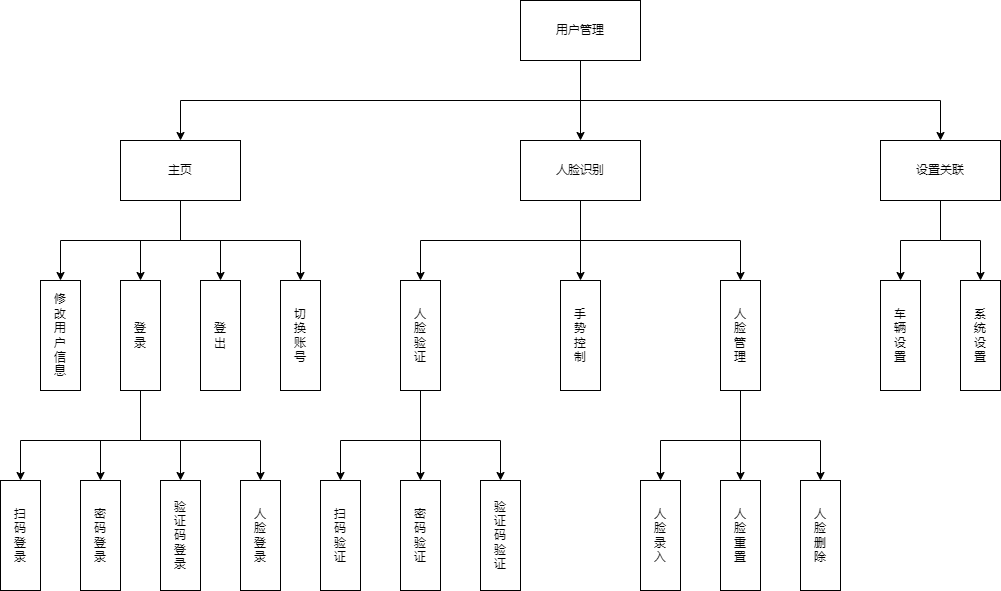
The draw.io diagram x9hp/用户中心功能结构图.png in notigit/Image, before a commit. Source tidied: cells renumbered, new cells last; positions are measured from the earlier drawing's top-left corner, leaving out a move shared by most shapes. Its diagram source:
```xml
<mxGraphModel>
  <root>
    <mxCell id="0" />
    <mxCell id="1" parent="0" />
    <mxCell id="2" style="edgeStyle=orthogonalEdgeStyle;rounded=0;jettySize=auto;html=1;entryX=0.5;entryY=0;entryDx=0;entryDy=0;" parent="1" edge="1" source="5" target="14">
      <mxGeometry relative="1" as="geometry" />
    </mxCell>
    <mxCell id="3" style="edgeStyle=orthogonalEdgeStyle;rounded=0;jettySize=auto;html=1;entryX=0.5;entryY=0;entryDx=0;entryDy=0;" parent="1" edge="1" source="5" target="10">
      <mxGeometry relative="1" as="geometry">
        <Array as="points">
          <mxPoint x="580" y="100" />
          <mxPoint x="180" y="100" />
        </Array>
      </mxGeometry>
    </mxCell>
    <mxCell id="4" style="edgeStyle=orthogonalEdgeStyle;rounded=0;jettySize=auto;html=1;exitX=0.5;exitY=1;exitDx=0;exitDy=0;" parent="1" edge="1" source="5" target="17">
      <mxGeometry relative="1" as="geometry" />
    </mxCell>
    <mxCell id="5" value="用户管理" style="rounded=0;whiteSpace=wrap;html=1;" parent="1" vertex="1">
      <mxGeometry x="520" width="120" height="60" as="geometry" />
    </mxCell>
    <mxCell id="6" style="edgeStyle=orthogonalEdgeStyle;rounded=0;jettySize=auto;html=1;exitX=0.5;exitY=1;exitDx=0;exitDy=0;entryX=0.5;entryY=0;entryDx=0;entryDy=0;" parent="1" edge="1" source="10" target="23">
      <mxGeometry relative="1" as="geometry" />
    </mxCell>
    <mxCell id="7" style="edgeStyle=orthogonalEdgeStyle;rounded=0;jettySize=auto;html=1;exitX=0.5;exitY=1;exitDx=0;exitDy=0;entryX=0.5;entryY=0;entryDx=0;entryDy=0;" parent="1" edge="1" source="10" target="24">
      <mxGeometry relative="1" as="geometry" />
    </mxCell>
    <mxCell id="8" style="edgeStyle=orthogonalEdgeStyle;rounded=0;jettySize=auto;html=1;exitX=0.5;exitY=1;exitDx=0;exitDy=0;entryX=0.5;entryY=0;entryDx=0;entryDy=0;" parent="1" edge="1" source="10" target="25">
      <mxGeometry relative="1" as="geometry" />
    </mxCell>
    <mxCell id="9" style="edgeStyle=orthogonalEdgeStyle;rounded=0;jettySize=auto;html=1;exitX=0.5;exitY=1;exitDx=0;exitDy=0;entryX=0.5;entryY=0;entryDx=0;entryDy=0;" parent="1" edge="1" source="10" target="18">
      <mxGeometry relative="1" as="geometry" />
    </mxCell>
    <mxCell id="10" value="主页" style="rounded=0;whiteSpace=wrap;html=1;" parent="1" vertex="1">
      <mxGeometry x="120" y="140" width="120" height="60" as="geometry" />
    </mxCell>
    <mxCell id="11" style="edgeStyle=orthogonalEdgeStyle;rounded=0;jettySize=auto;html=1;exitX=0.5;exitY=1;exitDx=0;exitDy=0;" parent="1" edge="1" source="14" target="33">
      <mxGeometry relative="1" as="geometry" />
    </mxCell>
    <mxCell id="12" style="edgeStyle=orthogonalEdgeStyle;rounded=0;jettySize=auto;html=1;exitX=0.5;exitY=1;exitDx=0;exitDy=0;" parent="1" edge="1" source="14" target="39">
      <mxGeometry relative="1" as="geometry" />
    </mxCell>
    <mxCell id="13" style="edgeStyle=orthogonalEdgeStyle;rounded=0;jettySize=auto;html=1;exitX=0.5;exitY=1;exitDx=0;exitDy=0;" parent="1" edge="1" source="14" target="40">
      <mxGeometry relative="1" as="geometry" />
    </mxCell>
    <mxCell id="14" value="人脸识别" style="rounded=0;whiteSpace=wrap;html=1;" parent="1" vertex="1">
      <mxGeometry x="520" y="140" width="120" height="60" as="geometry" />
    </mxCell>
    <mxCell id="15" style="edgeStyle=orthogonalEdgeStyle;rounded=0;jettySize=auto;html=1;exitX=0.5;exitY=1;exitDx=0;exitDy=0;entryX=0.5;entryY=0;entryDx=0;entryDy=0;" parent="1" edge="1" source="17" target="45">
      <mxGeometry relative="1" as="geometry" />
    </mxCell>
    <mxCell id="16" style="edgeStyle=orthogonalEdgeStyle;rounded=0;jettySize=auto;html=1;exitX=0.5;exitY=1;exitDx=0;exitDy=0;" parent="1" edge="1" source="17" target="46">
      <mxGeometry relative="1" as="geometry" />
    </mxCell>
    <mxCell id="17" value="设置关联" style="rounded=0;whiteSpace=wrap;html=1;" parent="1" vertex="1">
      <mxGeometry x="880" y="140" width="120" height="60" as="geometry" />
    </mxCell>
    <mxCell id="18" value="修&lt;br&gt;改&lt;br&gt;用&lt;br&gt;户&lt;br&gt;信&lt;br&gt;息" style="whiteSpace=wrap;html=1;rounded=0;" parent="1" vertex="1">
      <mxGeometry x="40" y="280" width="40" height="110" as="geometry" />
    </mxCell>
    <mxCell id="19" style="edgeStyle=orthogonalEdgeStyle;rounded=0;jettySize=auto;html=1;exitX=0.5;exitY=1;exitDx=0;exitDy=0;entryX=0.5;entryY=0;entryDx=0;entryDy=0;" parent="1" edge="1" source="23" target="26">
      <mxGeometry relative="1" as="geometry">
        <Array as="points">
          <mxPoint x="140" y="440" />
          <mxPoint x="20" y="440" />
        </Array>
      </mxGeometry>
    </mxCell>
    <mxCell id="20" style="edgeStyle=orthogonalEdgeStyle;rounded=0;jettySize=auto;html=1;exitX=0.5;exitY=1;exitDx=0;exitDy=0;entryX=0.5;entryY=0;entryDx=0;entryDy=0;" parent="1" edge="1" source="23" target="27">
      <mxGeometry relative="1" as="geometry">
        <Array as="points">
          <mxPoint x="140" y="440" />
          <mxPoint x="100" y="440" />
        </Array>
      </mxGeometry>
    </mxCell>
    <mxCell id="21" style="edgeStyle=orthogonalEdgeStyle;rounded=0;jettySize=auto;html=1;exitX=0.5;exitY=1;exitDx=0;exitDy=0;entryX=0.5;entryY=0;entryDx=0;entryDy=0;" parent="1" edge="1" source="23" target="28">
      <mxGeometry relative="1" as="geometry">
        <Array as="points">
          <mxPoint x="140" y="440" />
          <mxPoint x="180" y="440" />
        </Array>
      </mxGeometry>
    </mxCell>
    <mxCell id="22" style="edgeStyle=orthogonalEdgeStyle;rounded=0;jettySize=auto;html=1;exitX=0.5;exitY=1;exitDx=0;exitDy=0;entryX=0.5;entryY=0;entryDx=0;entryDy=0;" parent="1" edge="1" source="23" target="29">
      <mxGeometry relative="1" as="geometry">
        <Array as="points">
          <mxPoint x="140" y="440" />
          <mxPoint x="260" y="440" />
        </Array>
      </mxGeometry>
    </mxCell>
    <mxCell id="23" value="登&lt;br&gt;录" style="whiteSpace=wrap;html=1;rounded=0;" parent="1" vertex="1">
      <mxGeometry x="120" y="280" width="40" height="110" as="geometry" />
    </mxCell>
    <mxCell id="24" value="登&lt;br&gt;出" style="whiteSpace=wrap;html=1;rounded=0;" parent="1" vertex="1">
      <mxGeometry x="200" y="280" width="40" height="110" as="geometry" />
    </mxCell>
    <mxCell id="25" value="切&lt;br&gt;换&lt;br&gt;账&lt;br&gt;号" style="whiteSpace=wrap;html=1;rounded=0;" parent="1" vertex="1">
      <mxGeometry x="280" y="280" width="40" height="110" as="geometry" />
    </mxCell>
    <mxCell id="26" value="扫&lt;br&gt;码&lt;br&gt;登&lt;br&gt;录" style="whiteSpace=wrap;html=1;rounded=0;" parent="1" vertex="1">
      <mxGeometry y="480" width="40" height="110" as="geometry" />
    </mxCell>
    <mxCell id="27" value="密&lt;br&gt;码&lt;br&gt;登&lt;br&gt;录" style="whiteSpace=wrap;html=1;rounded=0;" parent="1" vertex="1">
      <mxGeometry x="80" y="480" width="40" height="110" as="geometry" />
    </mxCell>
    <mxCell id="28" value="验&lt;br&gt;证&lt;br&gt;码&lt;br&gt;登&lt;br&gt;录" style="whiteSpace=wrap;html=1;rounded=0;" parent="1" vertex="1">
      <mxGeometry x="160" y="480" width="40" height="110" as="geometry" />
    </mxCell>
    <mxCell id="29" value="人&lt;br&gt;脸&lt;br&gt;登&lt;br&gt;录" style="whiteSpace=wrap;html=1;rounded=0;" parent="1" vertex="1">
      <mxGeometry x="240" y="480" width="40" height="110" as="geometry" />
    </mxCell>
    <mxCell id="30" style="edgeStyle=orthogonalEdgeStyle;rounded=0;jettySize=auto;html=1;exitX=0.5;exitY=1;exitDx=0;exitDy=0;entryX=0.5;entryY=0;entryDx=0;entryDy=0;" parent="1" edge="1" source="33" target="41">
      <mxGeometry relative="1" as="geometry">
        <Array as="points">
          <mxPoint x="420" y="440" />
          <mxPoint x="340" y="440" />
        </Array>
      </mxGeometry>
    </mxCell>
    <mxCell id="31" style="edgeStyle=orthogonalEdgeStyle;rounded=0;jettySize=auto;html=1;exitX=0.5;exitY=1;exitDx=0;exitDy=0;entryX=0.5;entryY=0;entryDx=0;entryDy=0;" parent="1" edge="1" source="33" target="42">
      <mxGeometry relative="1" as="geometry" />
    </mxCell>
    <mxCell id="32" style="edgeStyle=orthogonalEdgeStyle;rounded=0;jettySize=auto;html=1;exitX=0.5;exitY=1;exitDx=0;exitDy=0;entryX=0.5;entryY=0;entryDx=0;entryDy=0;" parent="1" edge="1" source="33" target="43">
      <mxGeometry relative="1" as="geometry">
        <Array as="points">
          <mxPoint x="420" y="440" />
          <mxPoint x="500" y="440" />
        </Array>
      </mxGeometry>
    </mxCell>
    <mxCell id="33" value="人&lt;br&gt;脸&lt;br&gt;验&lt;br&gt;证" style="whiteSpace=wrap;html=1;rounded=0;" parent="1" vertex="1">
      <mxGeometry x="400" y="280" width="40" height="110" as="geometry" />
    </mxCell>
    <mxCell id="34" value="人&lt;br&gt;脸&lt;br&gt;录&lt;br&gt;入" style="whiteSpace=wrap;html=1;rounded=0;" parent="1" vertex="1">
      <mxGeometry x="640" y="480" width="40" height="110" as="geometry" />
    </mxCell>
    <mxCell id="35" value="人&lt;br&gt;脸&lt;br&gt;重&lt;br&gt;置" style="whiteSpace=wrap;html=1;rounded=0;" parent="1" vertex="1">
      <mxGeometry x="720" y="480" width="40" height="110" as="geometry" />
    </mxCell>
    <mxCell id="36" style="edgeStyle=orthogonalEdgeStyle;rounded=0;jettySize=auto;html=1;exitX=0.5;exitY=1;exitDx=0;exitDy=0;entryX=0.5;entryY=0;entryDx=0;entryDy=0;" parent="1" edge="1" source="39" target="34">
      <mxGeometry relative="1" as="geometry">
        <Array as="points">
          <mxPoint x="740" y="440" />
          <mxPoint x="660" y="440" />
        </Array>
      </mxGeometry>
    </mxCell>
    <mxCell id="37" style="edgeStyle=orthogonalEdgeStyle;rounded=0;jettySize=auto;html=1;exitX=0.5;exitY=1;exitDx=0;exitDy=0;entryX=0.5;entryY=0;entryDx=0;entryDy=0;" parent="1" edge="1" source="39" target="35">
      <mxGeometry relative="1" as="geometry" />
    </mxCell>
    <mxCell id="38" style="edgeStyle=orthogonalEdgeStyle;rounded=0;jettySize=auto;html=1;exitX=0.5;exitY=1;exitDx=0;exitDy=0;" parent="1" edge="1" source="39" target="44">
      <mxGeometry relative="1" as="geometry">
        <Array as="points">
          <mxPoint x="740" y="440" />
          <mxPoint x="820" y="440" />
        </Array>
      </mxGeometry>
    </mxCell>
    <mxCell id="39" value="人&lt;br&gt;脸&lt;br&gt;管&lt;br&gt;理" style="whiteSpace=wrap;html=1;rounded=0;" parent="1" vertex="1">
      <mxGeometry x="720" y="280" width="40" height="110" as="geometry" />
    </mxCell>
    <mxCell id="40" value="手&lt;br&gt;势&lt;br&gt;控&lt;br&gt;制" style="whiteSpace=wrap;html=1;rounded=0;" parent="1" vertex="1">
      <mxGeometry x="560" y="280" width="40" height="110" as="geometry" />
    </mxCell>
    <mxCell id="41" value="扫&lt;br&gt;码&lt;br&gt;验&lt;br&gt;证" style="whiteSpace=wrap;html=1;rounded=0;" parent="1" vertex="1">
      <mxGeometry x="320" y="480" width="40" height="110" as="geometry" />
    </mxCell>
    <mxCell id="42" value="密&lt;br&gt;码&lt;br&gt;验&lt;br&gt;证" style="whiteSpace=wrap;html=1;rounded=0;" parent="1" vertex="1">
      <mxGeometry x="400" y="480" width="40" height="110" as="geometry" />
    </mxCell>
    <mxCell id="43" value="验&lt;br&gt;证&lt;br&gt;码&lt;br&gt;验&lt;br&gt;证" style="whiteSpace=wrap;html=1;rounded=0;" parent="1" vertex="1">
      <mxGeometry x="480" y="480" width="40" height="110" as="geometry" />
    </mxCell>
    <mxCell id="44" value="人&lt;br&gt;脸&lt;br&gt;删&lt;br&gt;除" style="whiteSpace=wrap;html=1;rounded=0;" parent="1" vertex="1">
      <mxGeometry x="800" y="480" width="40" height="110" as="geometry" />
    </mxCell>
    <mxCell id="45" value="车&lt;br&gt;辆&lt;br&gt;设&lt;br&gt;置" style="whiteSpace=wrap;html=1;rounded=0;" parent="1" vertex="1">
      <mxGeometry x="880" y="280" width="40" height="110" as="geometry" />
    </mxCell>
    <mxCell id="46" value="系&lt;br&gt;统&lt;br&gt;设&lt;br&gt;置" style="whiteSpace=wrap;html=1;rounded=0;" parent="1" vertex="1">
      <mxGeometry x="960" y="280" width="40" height="110" as="geometry" />
    </mxCell>
  </root>
</mxGraphModel>
```
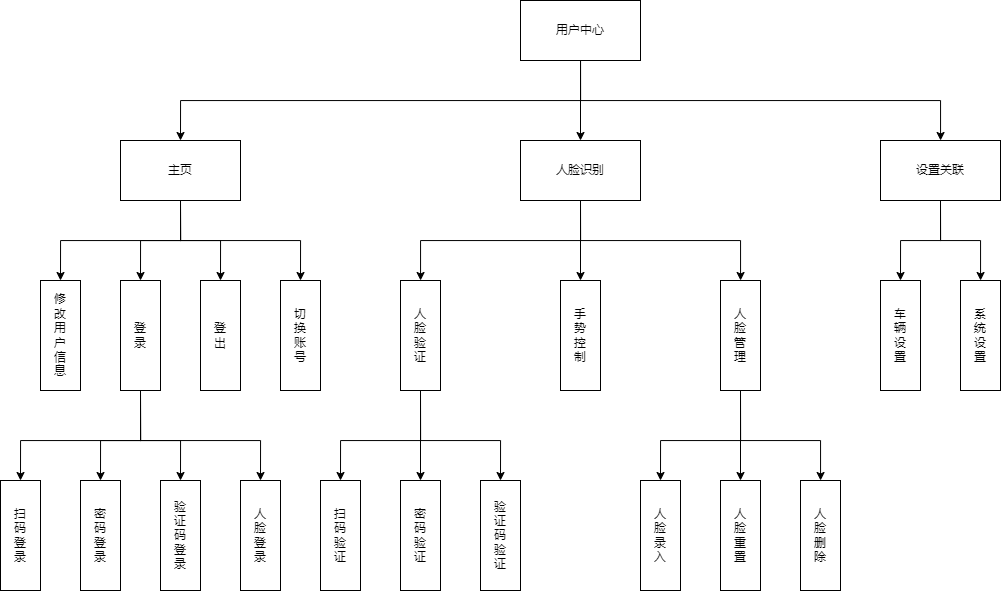
After the commit.

Commit message:
更新用户中心功能结构图.png

Change to the diagram source:
```diff
@@ -16,7 +16,7 @@
     <mxCell id="4" style="edgeStyle=orthogonalEdgeStyle;rounded=0;jettySize=auto;html=1;exitX=0.5;exitY=1;exitDx=0;exitDy=0;" parent="1" edge="1" source="5" target="17">
       <mxGeometry relative="1" as="geometry" />
     </mxCell>
-    <mxCell id="5" value="用户管理" style="rounded=0;whiteSpace=wrap;html=1;" parent="1" vertex="1">
+    <mxCell id="5" value="用户中心" style="rounded=0;whiteSpace=wrap;html=1;" parent="1" vertex="1">
       <mxGeometry x="520" width="120" height="60" as="geometry" />
     </mxCell>
     <mxCell id="6" style="edgeStyle=orthogonalEdgeStyle;rounded=0;jettySize=auto;html=1;exitX=0.5;exitY=1;exitDx=0;exitDy=0;entryX=0.5;entryY=0;entryDx=0;entryDy=0;" parent="1" edge="1" source="10" target="23">
```
